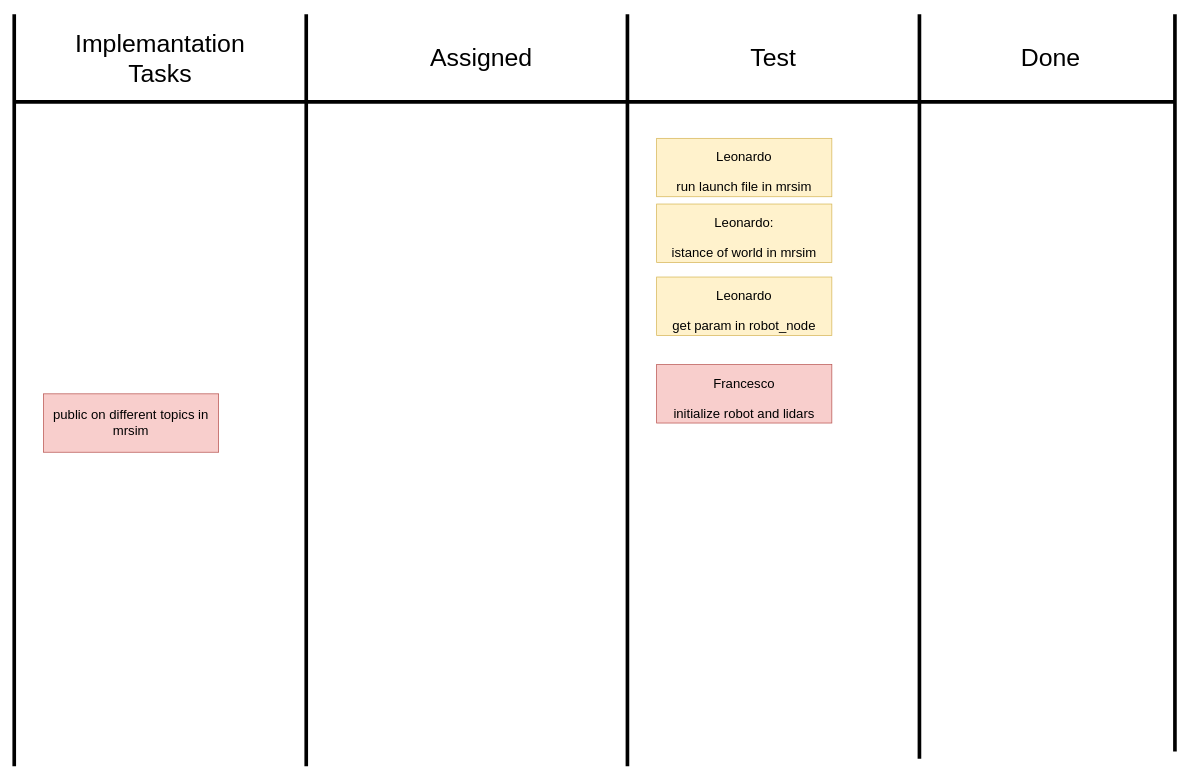
Before: planning/scrum.drawio in airoprojects/robot-programming-nc, a draw.io diagram. Source tidied: cells renumbered, new cells numbered last; positions are measured from the earlier drawing's top-left corner, leaving out a move shared by most shapes. Both pictures are drawn from the tidied source at 73%, with x=0, y=0 at pixel (14, 14).
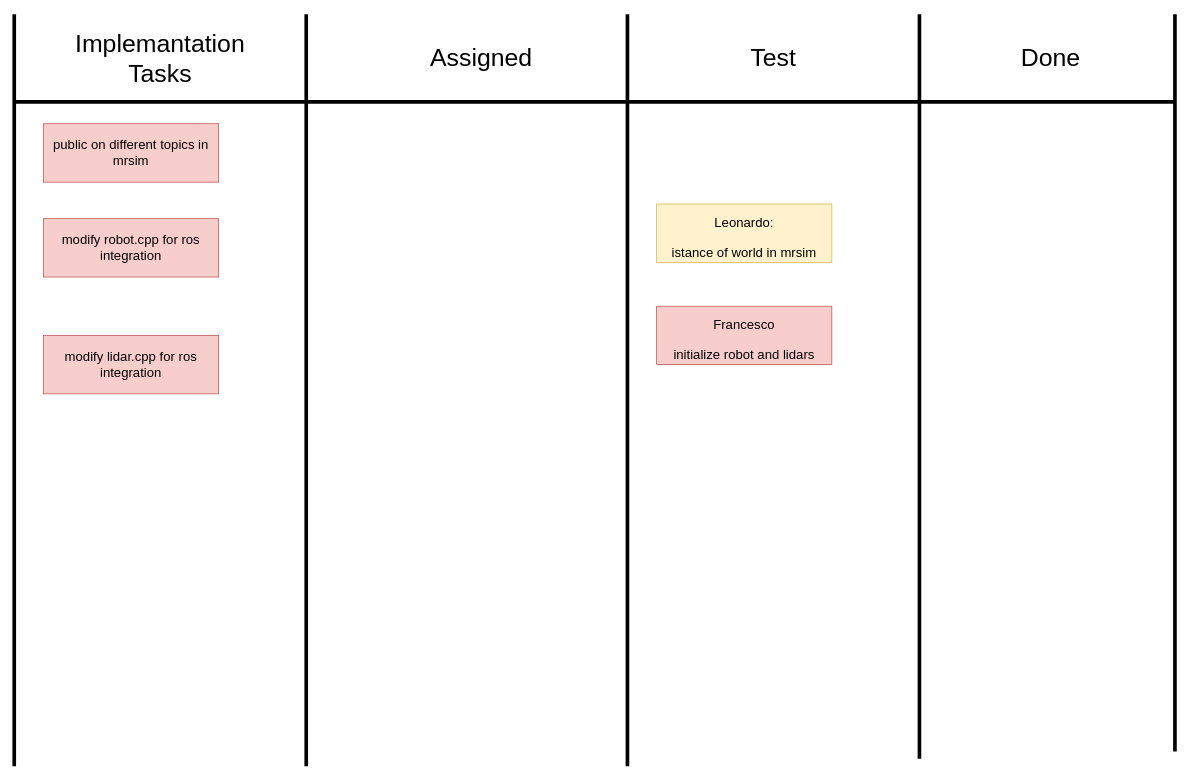
Above is the later version.

The edit, as a diff of the source:
```diff
@@
-    <mxCell id="10" value="&lt;font style=&quot;font-size: 18px;&quot;&gt;&lt;font color=&quot;#000000&quot;&gt;Leonardo&lt;br&gt;run launch file in mrsim&lt;/font&gt;&lt;br&gt;&lt;/font&gt;" style="rounded=0;whiteSpace=wrap;html=1;fontSize=34;fillColor=#fff2cc;strokeColor=#d6b656;" parent="1" vertex="1">
-      <mxGeometry x="880" y="170" width="240" height="80" as="geometry" />
-    </mxCell>
-    <mxCell id="11" value="&lt;font style=&quot;font-size: 18px;&quot;&gt;&lt;font color=&quot;#000000&quot;&gt;Leonardo&lt;br&gt;get param in robot_node&lt;/font&gt;&lt;font&gt;&lt;br&gt;&lt;/font&gt;&lt;/font&gt;" style="rounded=0;whiteSpace=wrap;html=1;fontSize=34;fillColor=#fff2cc;strokeColor=#d6b656;" parent="1" vertex="1">
-      <mxGeometry x="880" y="360" width="240" height="80" as="geometry" />
-    </mxCell>
     <mxCell id="12" value="&lt;font color=&quot;#000000&quot; style=&quot;font-size: 18px;&quot;&gt;Francesco&lt;br&gt;initialize robot and lidars&lt;/font&gt;" style="rounded=0;whiteSpace=wrap;html=1;fontSize=34;fillColor=#f8cecc;strokeColor=#b85450;" parent="1" vertex="1">
-      <mxGeometry x="880" y="480" width="240" height="80" as="geometry" />
+      <mxGeometry x="880" y="400" width="240" height="80" as="geometry" />
     </mxCell>
     <mxCell id="13" value="&lt;font color=&quot;#000000&quot;&gt;public on different topics in mrsim&lt;/font&gt;" style="rounded=0;whiteSpace=wrap;html=1;fontSize=18;fillColor=#f8cecc;strokeColor=#b85450;" parent="1" vertex="1">
-      <mxGeometry x="40" y="520" width="240" height="80" as="geometry" />
+      <mxGeometry x="40" y="150" width="240" height="80" as="geometry" />
     </mxCell>
@@
+    <mxCell id="17" value="&lt;font color=&quot;#000000&quot;&gt;modify robot.cpp for ros integration&lt;/font&gt;" style="rounded=0;whiteSpace=wrap;html=1;fontSize=18;fillColor=#f8cecc;strokeColor=#b85450;" parent="1" vertex="1">
+      <mxGeometry x="40" y="280" width="240" height="80" as="geometry" />
+    </mxCell>
+    <mxCell id="18" value="&lt;font color=&quot;#000000&quot;&gt;modify lidar.cpp for ros integration&lt;/font&gt;" style="rounded=0;whiteSpace=wrap;html=1;fontSize=18;fillColor=#f8cecc;strokeColor=#b85450;" parent="1" vertex="1">
+      <mxGeometry x="40" y="440" width="240" height="80" as="geometry" />
+    </mxCell>
```
